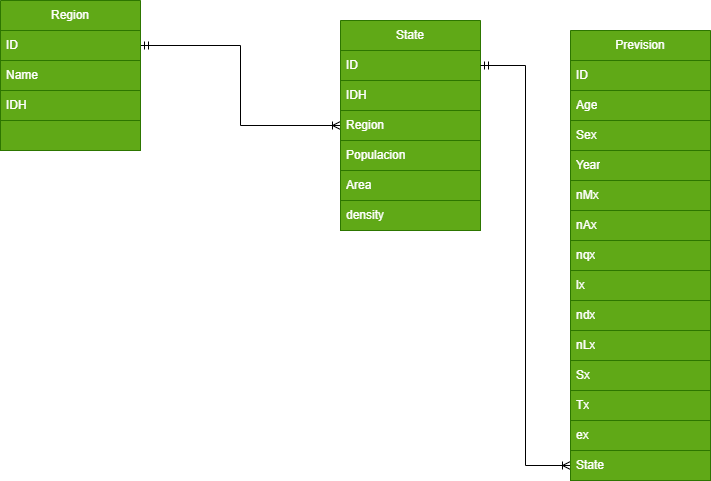
Above: database/lifeProjection.drawio.png in JoaoGabrielPereiraLopes/LifeProjection (draw.io), before the change. Source tidied: cells renumbered, new cells last; positions are measured from the earlier drawing's top-left corner, leaving out a move shared by most shapes.
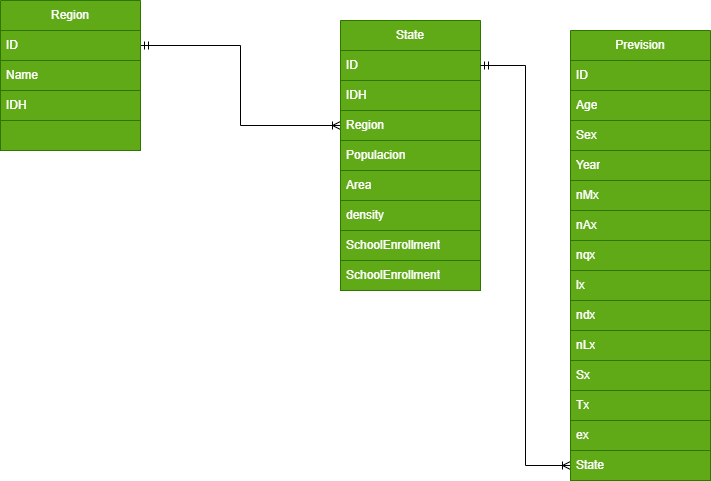
Above is the later version.

Diff of the diagram source:
```diff
@@ -95,5 +95,11 @@
     <mxCell id="32" value="density" style="text;strokeColor=#2D7600;fillColor=#60a917;align=left;verticalAlign=middle;spacingLeft=4;spacingRight=4;overflow=hidden;whiteSpace=wrap;html=1;fontColor=#ffffff;" parent="1" vertex="1">
       <mxGeometry x="340" y="200" width="140" height="30" as="geometry" />
     </mxCell>
+    <mxCell id="33" value="SchoolEnrollment" style="text;strokeColor=#2D7600;fillColor=#60a917;align=left;verticalAlign=middle;spacingLeft=4;spacingRight=4;overflow=hidden;whiteSpace=wrap;html=1;fontColor=#ffffff;" parent="1" vertex="1">
+      <mxGeometry x="340" y="230" width="140" height="30" as="geometry" />
+    </mxCell>
+    <mxCell id="34" value="SchoolEnrollment" style="text;strokeColor=#2D7600;fillColor=#60a917;align=left;verticalAlign=middle;spacingLeft=4;spacingRight=4;overflow=hidden;whiteSpace=wrap;html=1;fontColor=#ffffff;" parent="1" vertex="1">
+      <mxGeometry x="340" y="260" width="140" height="30" as="geometry" />
+    </mxCell>
   </root>
 </mxGraphModel>
```
